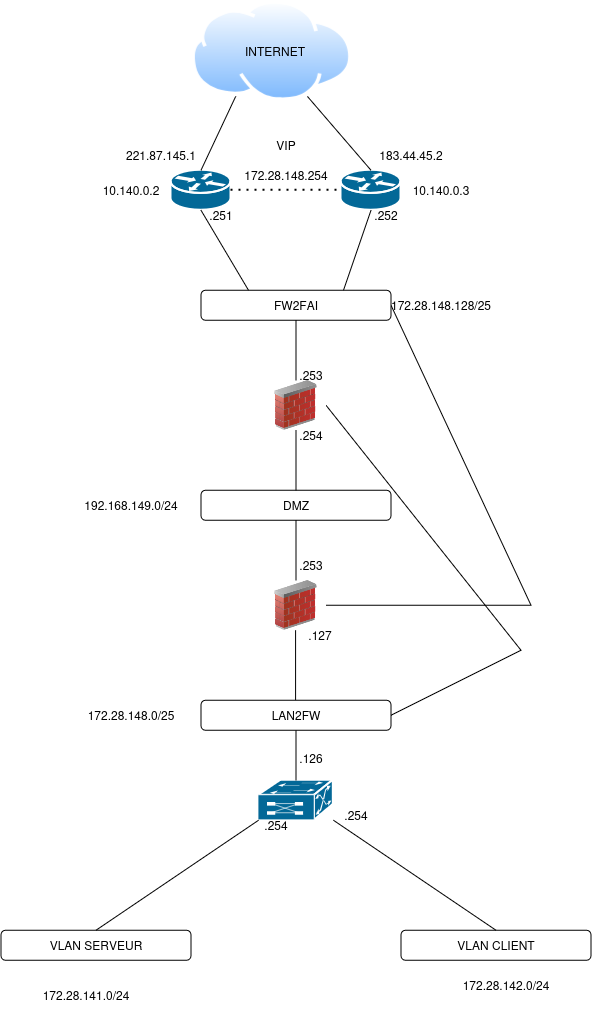
Earlier version of the draw.io export docs/assets/schema-logiquem.png (MLBOff/Orleans-2027). Source tidied: cells renumbered, new cells last; positions are measured from the earlier drawing's top-left corner, leaving out a move shared by most shapes.
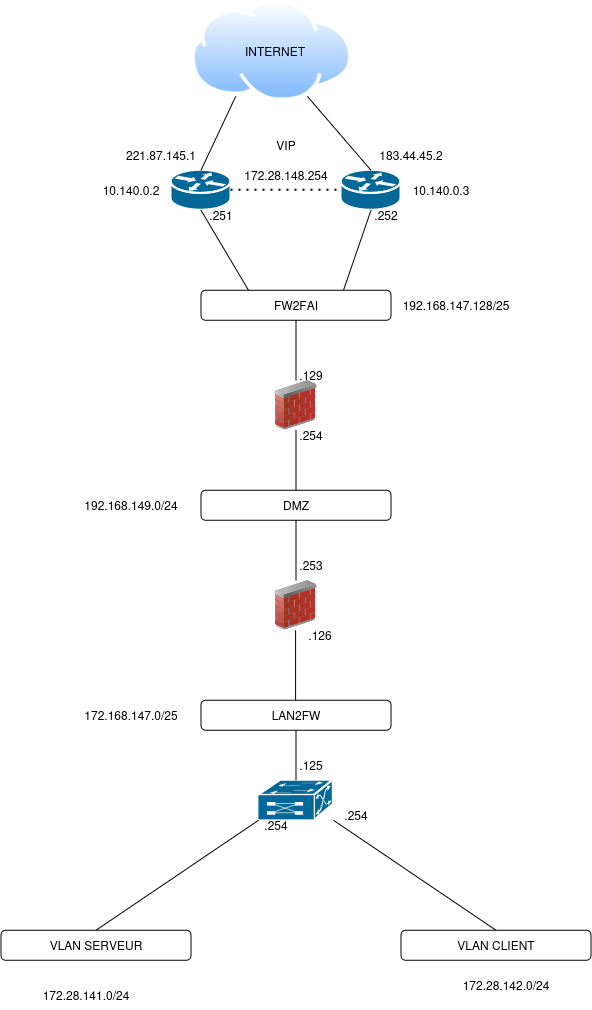
The same diagram one commit later.

What changed in the source:
```diff
@@ -116,24 +116,10 @@
     <mxCell id="38" value="LAN2FW" style="rounded=1;whiteSpace=wrap;html=1;" parent="1" vertex="1">
       <mxGeometry x="200" y="700" width="190" height="30" as="geometry" />
     </mxCell>
-    <mxCell id="39" style="endArrow=none;html=1;rounded=0;exitX=1;exitY=0.5;exitDx=0;exitDy=0;entryX=1;entryY=0.5;entryDx=0;entryDy=0;" parent="1" edge="1" source="15" target="8">
-      <mxGeometry relative="1" as="geometry">
-        <Array as="points">
-          <mxPoint x="530" y="605" />
-        </Array>
-      </mxGeometry>
-    </mxCell>
-    <mxCell id="40" style="endArrow=none;html=1;rounded=0;exitX=1;exitY=0.5;exitDx=0;exitDy=0;entryX=1;entryY=0.5;entryDx=0;entryDy=0;" parent="1" edge="1" source="38" target="11">
-      <mxGeometry relative="1" as="geometry">
-        <Array as="points">
-          <mxPoint x="520" y="650" />
-        </Array>
-      </mxGeometry>
-    </mxCell>
-    <mxCell id="41" value="172.28.148.128/25" style="text;html=1;whiteSpace=wrap;strokeColor=none;fillColor=none;align=center;verticalAlign=middle;rounded=0;" parent="1" vertex="1">
-      <mxGeometry x="410" y="290" width="60" height="30" as="geometry" />
+    <mxCell id="41" value="192.168.147.128/25" style="text;html=1;whiteSpace=wrap;strokeColor=none;fillColor=none;align=center;verticalAlign=middle;rounded=0;" parent="1" vertex="1">
+      <mxGeometry x="410" y="290" width="90" height="30" as="geometry" />
     </mxCell>
-    <mxCell id="42" value=".253" style="text;html=1;whiteSpace=wrap;strokeColor=none;fillColor=none;align=center;verticalAlign=middle;rounded=0;" parent="1" vertex="1">
+    <mxCell id="42" value=".129" style="text;html=1;whiteSpace=wrap;strokeColor=none;fillColor=none;align=center;verticalAlign=middle;rounded=0;" parent="1" vertex="1">
       <mxGeometry x="265" y="360" width="90" height="30" as="geometry" />
     </mxCell>
     <mxCell id="43" value=".254" style="text;html=1;whiteSpace=wrap;strokeColor=none;fillColor=none;align=center;verticalAlign=middle;rounded=0;" parent="1" vertex="1">
@@ -142,13 +128,13 @@
     <mxCell id="44" value=".253" style="text;html=1;whiteSpace=wrap;strokeColor=none;fillColor=none;align=center;verticalAlign=middle;rounded=0;" parent="1" vertex="1">
       <mxGeometry x="265" y="550" width="90" height="30" as="geometry" />
     </mxCell>
-    <mxCell id="45" value=".127" style="text;html=1;whiteSpace=wrap;strokeColor=none;fillColor=none;align=center;verticalAlign=middle;rounded=0;" parent="1" vertex="1">
+    <mxCell id="45" value=".126" style="text;html=1;whiteSpace=wrap;strokeColor=none;fillColor=none;align=center;verticalAlign=middle;rounded=0;" parent="1" vertex="1">
       <mxGeometry x="274" y="620" width="90" height="30" as="geometry" />
     </mxCell>
-    <mxCell id="46" value="&lt;div&gt;.126&lt;/div&gt;&lt;div&gt;&lt;br&gt;&lt;/div&gt;" style="text;html=1;whiteSpace=wrap;strokeColor=none;fillColor=none;align=center;verticalAlign=middle;rounded=0;" parent="1" vertex="1">
+    <mxCell id="46" value=".125" style="text;html=1;whiteSpace=wrap;strokeColor=none;fillColor=none;align=center;verticalAlign=middle;rounded=0;" parent="1" vertex="1">
       <mxGeometry x="265" y="750" width="90" height="30" as="geometry" />
     </mxCell>
-    <mxCell id="47" value="&lt;div&gt;172.28.148.0/25&lt;/div&gt;" style="text;html=1;whiteSpace=wrap;strokeColor=none;fillColor=none;align=center;verticalAlign=middle;rounded=0;" parent="1" vertex="1">
+    <mxCell id="47" value="172.168.147.0/25" style="text;html=1;whiteSpace=wrap;strokeColor=none;fillColor=none;align=center;verticalAlign=middle;rounded=0;" parent="1" vertex="1">
       <mxGeometry x="85" y="700" width="90" height="30" as="geometry" />
     </mxCell>
   </root>
```
